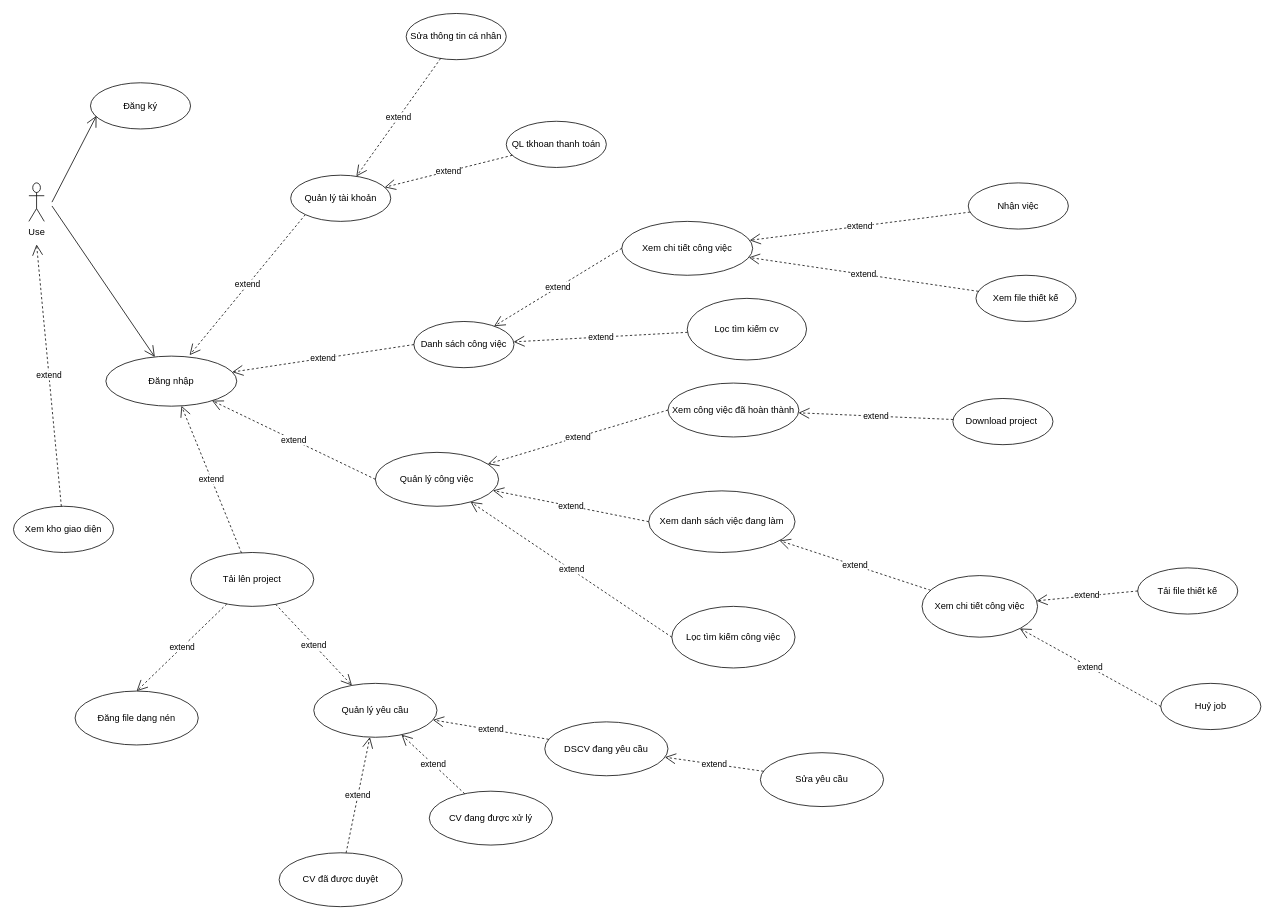
The draw.io diagram Untitled Diagram.drawio in manhhaihust/mdb-docs-and-content, before the edit. Source tidied: cells renumbered, new cells numbered last; positions are measured from the earlier drawing's top-left corner, leaving out a move shared by most shapes. Both pictures are drawn from the tidied source at 77%, with x=0, y=0 at pixel (13, 13).
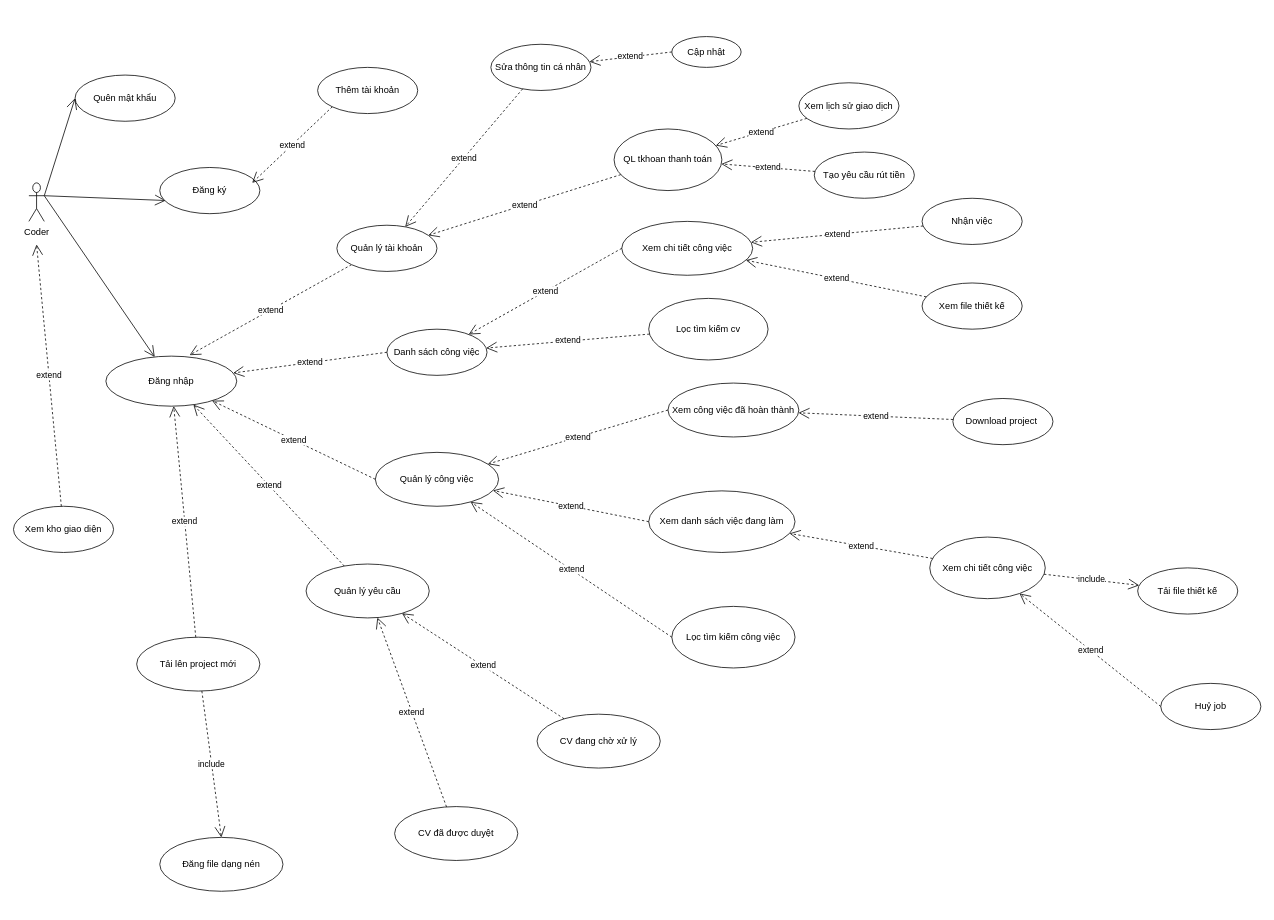
After the change.

Unchanged cells that the change refers to:
```xml
<mxCell id="5" value="Đăng nhập" style="ellipse;whiteSpace=wrap;html=1;" parent="1" vertex="1">
  <mxGeometry x="120" y="445" width="170" height="65" as="geometry" />
</mxCell>
<mxCell id="15" value="Tải file thiết kế" style="ellipse;whiteSpace=wrap;html=1;" parent="1" vertex="1">
  <mxGeometry x="1460" y="720" width="130" height="60" as="geometry" />
</mxCell>
```

The edit, as a diff of the source:
```diff
@@
-    <mxCell id="2" value="Use" style="shape=umlActor;verticalLabelPosition=bottom;verticalAlign=top;html=1;outlineConnect=0;" parent="1" vertex="1">
+    <mxCell id="2" value="Coder" style="shape=umlActor;verticalLabelPosition=bottom;verticalAlign=top;html=1;outlineConnect=0;" parent="1" vertex="1">
       <mxGeometry x="20" y="220" width="20" height="50" as="geometry" />
     </mxCell>
-    <mxCell id="3" style="endArrow=open;endFill=1;endSize=12;html=1;entryX=0.06;entryY=0.715;entryDx=0;entryDy=0;entryPerimeter=0;" parent="1" edge="1" target="4">
-      <mxGeometry relative="1" as="geometry">
-        <mxPoint x="50" y="245" as="sourcePoint" />
-      </mxGeometry>
+    <mxCell id="3" style="endArrow=open;endFill=1;endSize=12;html=1;entryX=0.06;entryY=0.715;entryDx=0;entryDy=0;entryPerimeter=0;exitX=1;exitY=0.3333333333333333;exitDx=0;exitDy=0;exitPerimeter=0;" parent="1" edge="1" source="2" target="4">
+      <mxGeometry relative="1" as="geometry" />
     </mxCell>
     <mxCell id="4" value="Đăng ký" style="ellipse;whiteSpace=wrap;html=1;" parent="1" vertex="1">
-      <mxGeometry x="100" y="90" width="130" height="60" as="geometry" />
+      <mxGeometry x="190" y="200" width="130" height="60" as="geometry" />
     </mxCell>
@@
-    <mxCell id="6" style="endArrow=open;endFill=1;endSize=12;html=1;" parent="1" edge="1" target="5">
-      <mxGeometry relative="1" as="geometry">
-        <mxPoint x="50" y="250" as="sourcePoint" />
-      </mxGeometry>
+    <mxCell id="6" style="endArrow=open;endFill=1;endSize=12;html=1;exitX=1;exitY=0.3333333333333333;exitDx=0;exitDy=0;exitPerimeter=0;" parent="1" edge="1" source="2" target="5">
+      <mxGeometry relative="1" as="geometry" />
     </mxCell>
@@
     <mxCell id="9" value="Quản lý tài khoản" style="ellipse;whiteSpace=wrap;html=1;" parent="1" vertex="1">
-      <mxGeometry x="360" y="210" width="130" height="60" as="geometry" />
+      <mxGeometry x="420" y="275" width="130" height="60" as="geometry" />
     </mxCell>
     <mxCell id="10" value="Danh sách công việc" style="ellipse;whiteSpace=wrap;html=1;" parent="1" vertex="1">
-      <mxGeometry x="520" y="400" width="130" height="60" as="geometry" />
+      <mxGeometry x="485" y="410" width="130" height="60" as="geometry" />
     </mxCell>
@@
     <mxCell id="14" value="Xem chi tiết công việc" style="ellipse;whiteSpace=wrap;html=1;" parent="1" vertex="1">
-      <mxGeometry x="1180" y="730" width="150" height="80" as="geometry" />
+      <mxGeometry x="1190" y="680" width="150" height="80" as="geometry" />
     </mxCell>
@@
     <mxCell id="17" value="Lọc tìm kiếm cv" style="ellipse;whiteSpace=wrap;html=1;" parent="1" vertex="1">
-      <mxGeometry x="875" y="370" width="155" height="80" as="geometry" />
+      <mxGeometry x="825" y="370" width="155" height="80" as="geometry" />
     </mxCell>
     <mxCell id="18" value="Nhận việc" style="ellipse;whiteSpace=wrap;html=1;" parent="1" vertex="1">
-      <mxGeometry x="1240" y="220" width="130" height="60" as="geometry" />
+      <mxGeometry x="1180" y="240" width="130" height="60" as="geometry" />
     </mxCell>
     <mxCell id="19" value="Xem file thiết kế" style="ellipse;whiteSpace=wrap;html=1;" parent="1" vertex="1">
-      <mxGeometry x="1250" y="340" width="130" height="60" as="geometry" />
+      <mxGeometry x="1180" y="350" width="130" height="60" as="geometry" />
     </mxCell>
@@
-    <mxCell id="33" value="extend" style="endArrow=open;endSize=12;dashed=1;html=1;exitX=0;exitY=0.5;exitDx=0;exitDy=0;" parent="1" edge="1" source="15" target="14">
+    <mxCell id="33" value="include" style="endArrow=open;endSize=12;dashed=1;html=1;" parent="1" edge="1" source="14" target="15">
       <mxGeometry relative="1" as="geometry" />
     </mxCell>
@@
     <mxCell id="37" value="Sửa thông tin cá nhân" style="ellipse;whiteSpace=wrap;html=1;" parent="1" vertex="1">
-      <mxGeometry x="510" width="130" height="60" as="geometry" />
+      <mxGeometry x="620" y="40" width="130" height="60" as="geometry" />
     </mxCell>
@@
     <mxCell id="39" value="QL tkhoan thanh toán" style="ellipse;whiteSpace=wrap;html=1;" parent="1" vertex="1">
-      <mxGeometry x="640" y="140" width="130" height="60" as="geometry" />
+      <mxGeometry x="780" y="150" width="140" height="80" as="geometry" />
     </mxCell>
@@
-    <mxCell id="41" value="Tải lên project" style="ellipse;whiteSpace=wrap;html=1;" parent="1" vertex="1">
-      <mxGeometry x="230" y="700" width="160" height="70" as="geometry" />
+    <mxCell id="41" value="Tải lên project mới" style="ellipse;whiteSpace=wrap;html=1;" parent="1" vertex="1">
+      <mxGeometry x="160" y="810" width="160" height="70" as="geometry" />
     </mxCell>
@@
     <mxCell id="43" value="Quản lý yêu cầu" style="ellipse;whiteSpace=wrap;html=1;" parent="1" vertex="1">
-      <mxGeometry x="390" y="870" width="160" height="70" as="geometry" />
+      <mxGeometry x="380" y="715" width="160" height="70" as="geometry" />
     </mxCell>
-    <mxCell id="44" value="extend" style="endArrow=open;endSize=12;dashed=1;html=1;" parent="1" edge="1" source="41" target="43">
-      <mxGeometry relative="1" as="geometry" />
-    </mxCell>
     <mxCell id="45" value="Đăng file dạng nén" style="ellipse;whiteSpace=wrap;html=1;" parent="1" vertex="1">
-      <mxGeometry x="80" y="880" width="160" height="70" as="geometry" />
+      <mxGeometry x="190" y="1070" width="160" height="70" as="geometry" />
     </mxCell>
-    <mxCell id="46" value="extend" style="endArrow=open;endSize=12;dashed=1;html=1;entryX=0.5;entryY=0;entryDx=0;entryDy=0;" parent="1" edge="1" source="41" target="45">
+    <mxCell id="46" value="include" style="endArrow=open;endSize=12;dashed=1;html=1;entryX=0.5;entryY=0;entryDx=0;entryDy=0;" parent="1" edge="1" source="41" target="45">
       <mxGeometry relative="1" as="geometry" />
     </mxCell>
     <mxCell id="47" value="CV đã được duyệt" style="ellipse;whiteSpace=wrap;html=1;" parent="1" vertex="1">
-      <mxGeometry x="345" y="1090" width="160" height="70" as="geometry" />
+      <mxGeometry x="495" y="1030" width="160" height="70" as="geometry" />
     </mxCell>
-    <mxCell id="48" value="CV đang được xử lý" style="ellipse;whiteSpace=wrap;html=1;" parent="1" vertex="1">
-      <mxGeometry x="540" y="1010" width="160" height="70" as="geometry" />
+    <mxCell id="48" value="CV đang chờ xử lý" style="ellipse;whiteSpace=wrap;html=1;" parent="1" vertex="1">
+      <mxGeometry x="680" y="910" width="160" height="70" as="geometry" />
     </mxCell>
-    <mxCell id="49" value="DSCV đang yêu cầu" style="ellipse;whiteSpace=wrap;html=1;" parent="1" vertex="1">
-      <mxGeometry x="690" y="920" width="160" height="70" as="geometry" />
-    </mxCell>
-    <mxCell id="50" value="extend" style="endArrow=open;endSize=12;dashed=1;html=1;" parent="1" edge="1" source="49" target="43">
-      <mxGeometry relative="1" as="geometry" />
-    </mxCell>
@@
-    <mxCell id="53" value="Sửa yêu cầu" style="ellipse;whiteSpace=wrap;html=1;" parent="1" vertex="1">
-      <mxGeometry x="970" y="960" width="160" height="70" as="geometry" />
-    </mxCell>
-    <mxCell id="54" value="extend" style="endArrow=open;endSize=12;dashed=1;html=1;" parent="1" edge="1" source="53" target="49">
-      <mxGeometry relative="1" as="geometry" />
-    </mxCell>
+    <mxCell id="55" value="extend" style="endArrow=open;endSize=12;dashed=1;html=1;" parent="1" edge="1" source="43" target="5">
+      <mxGeometry relative="1" as="geometry" />
+    </mxCell>
+    <mxCell id="56" value="Xem lịch sử giao dịch" style="ellipse;whiteSpace=wrap;html=1;" parent="1" vertex="1">
+      <mxGeometry x="1020" y="90" width="130" height="60" as="geometry" />
+    </mxCell>
+    <mxCell id="57" value="Tạo yêu cầu rút tiền" style="ellipse;whiteSpace=wrap;html=1;" parent="1" vertex="1">
+      <mxGeometry x="1040" y="180" width="130" height="60" as="geometry" />
+    </mxCell>
+    <mxCell id="58" value="extend" style="endArrow=open;endSize=12;dashed=1;html=1;" parent="1" edge="1" source="56" target="39">
+      <mxGeometry relative="1" as="geometry" />
+    </mxCell>
+    <mxCell id="59" value="extend" style="endArrow=open;endSize=12;dashed=1;html=1;" parent="1" edge="1" source="57" target="39">
+      <mxGeometry relative="1" as="geometry" />
+    </mxCell>
+    <mxCell id="60" value="Quên mật khẩu" style="ellipse;whiteSpace=wrap;html=1;" parent="1" vertex="1">
+      <mxGeometry x="80" y="80" width="130" height="60" as="geometry" />
+    </mxCell>
+    <mxCell id="61" style="endArrow=open;endFill=1;endSize=12;html=1;entryX=0;entryY=0.5;entryDx=0;entryDy=0;exitX=1;exitY=0.3333333333333333;exitDx=0;exitDy=0;exitPerimeter=0;" parent="1" edge="1" source="2" target="60">
+      <mxGeometry relative="1" as="geometry" />
+    </mxCell>
+    <mxCell id="62" value="Thêm tài khoản" style="ellipse;whiteSpace=wrap;html=1;" parent="1" vertex="1">
+      <mxGeometry x="395" y="70" width="130" height="60" as="geometry" />
+    </mxCell>
+    <mxCell id="63" value="extend" style="endArrow=open;endSize=12;dashed=1;html=1;exitX=0;exitY=1;exitDx=0;exitDy=0;entryX=0.923;entryY=0.333;entryDx=0;entryDy=0;entryPerimeter=0;" parent="1" edge="1" source="62" target="4">
+      <mxGeometry relative="1" as="geometry" />
+    </mxCell>
+    <mxCell id="64" value="extend" style="endArrow=open;endSize=12;dashed=1;html=1;exitX=0;exitY=0.5;exitDx=0;exitDy=0;" parent="1" edge="1" source="65" target="37">
+      <mxGeometry relative="1" as="geometry" />
+    </mxCell>
+    <mxCell id="65" value="Cập nhật" style="ellipse;whiteSpace=wrap;html=1;" parent="1" vertex="1">
+      <mxGeometry x="855" y="30" width="90" height="40" as="geometry" />
+    </mxCell>
```
